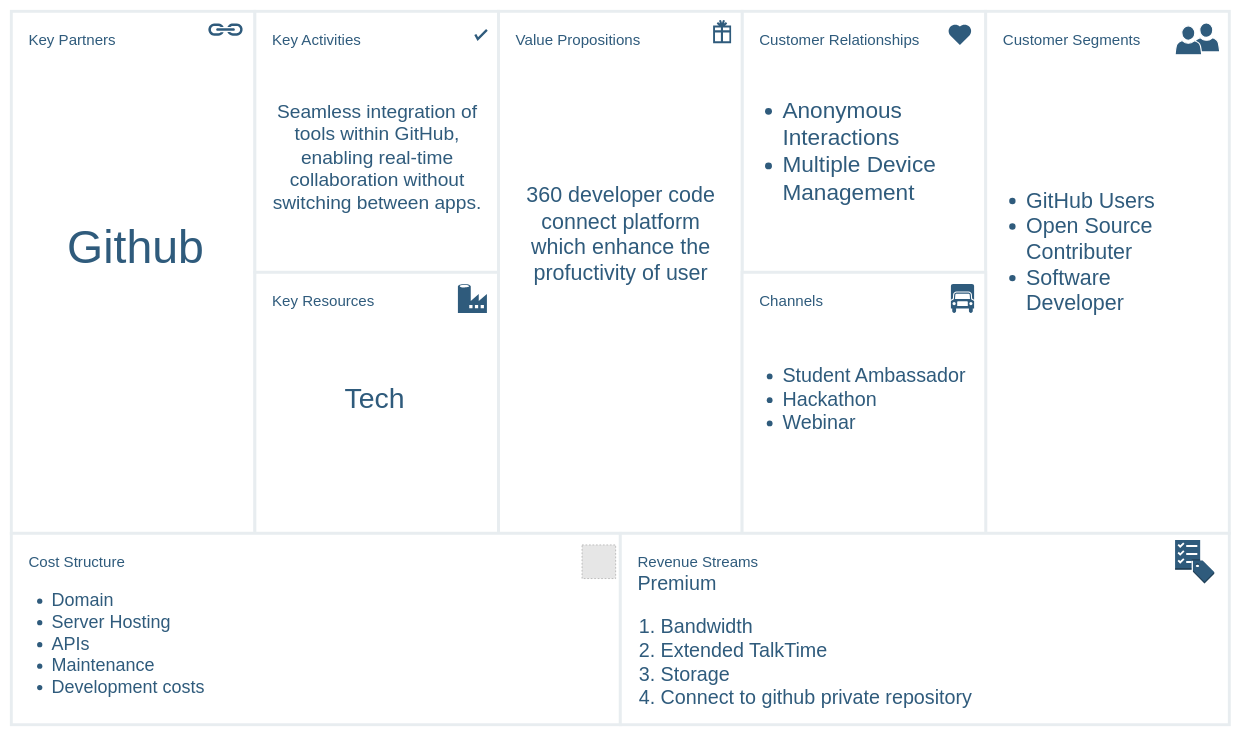
This is Untitled Diagram.drawio from Harshul1484/Startup-Sprint, a draw.io file, before an edit. Source tidied: cells renumbered, new cells numbered last; positions are measured from the earlier drawing's top-left corner, leaving out a move shared by most shapes. Both pictures are drawn from the tidied source at 58%, with x=0, y=0 at pixel (11, 11). Pictures stored in the file or linked from it are replaced by grey dashed boxes.
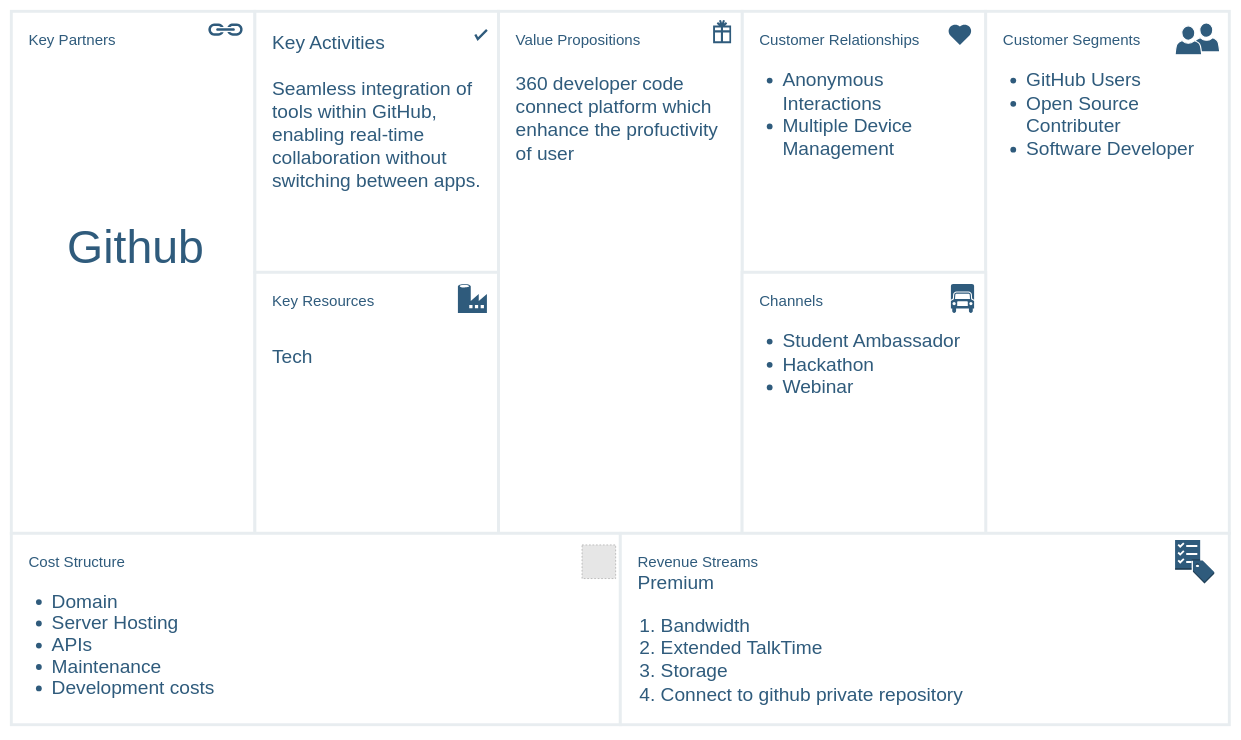
The same diagram, later.

What changed in the source:
```diff
@@
-    <mxCell id="2" value="&lt;div style=&quot;font-size: 26px&quot;&gt;&lt;font style=&quot;font-size: 26px&quot;&gt;Customer Relationships&lt;/font&gt;&lt;/div&gt;&lt;div&gt;&lt;br&gt;&lt;/div&gt;&lt;div&gt;&lt;br&gt;&lt;/div&gt;&lt;div&gt;&lt;br&gt;&lt;/div&gt;&lt;div&gt;&lt;div style=&quot;border-color: var(--border-color); font-size: 39px;&quot;&gt;&lt;ul&gt;&lt;li style=&quot;&quot;&gt;&lt;font style=&quot;border-color: var(--border-color);&quot;&gt;Anonymous&amp;nbsp; &amp;nbsp; &amp;nbsp; Interactions&lt;/font&gt;&lt;/li&gt;&lt;li style=&quot;&quot;&gt;Multiple Device Management&lt;/li&gt;&lt;/ul&gt;&lt;/div&gt;&lt;/div&gt;" style="rounded=0;whiteSpace=wrap;html=1;shadow=0;labelBackgroundColor=none;strokeColor=#e8edf0;strokeWidth=5;fillColor=#ffffff;fontSize=12;fontColor=#2F5B7C;align=left;verticalAlign=top;spacing=30;" parent="1" vertex="1">
+    <mxCell id="2" value="&lt;div style=&quot;font-size: 26px&quot;&gt;&lt;font style=&quot;font-size: 26px&quot;&gt;Customer Relationships&lt;/font&gt;&lt;/div&gt;&lt;div&gt;&lt;div style=&quot;border-color: var(--border-color); font-size: 33px;&quot;&gt;&lt;ul&gt;&lt;li style=&quot;&quot;&gt;&lt;font style=&quot;border-color: var(--border-color); font-size: 33px;&quot;&gt;Anonymous&amp;nbsp; &amp;nbsp; &amp;nbsp; Interactions&lt;/font&gt;&lt;/li&gt;&lt;li style=&quot;&quot;&gt;Multiple Device Management&lt;/li&gt;&lt;/ul&gt;&lt;/div&gt;&lt;/div&gt;" style="rounded=0;whiteSpace=wrap;html=1;shadow=0;labelBackgroundColor=none;strokeColor=#e8edf0;strokeWidth=5;fillColor=#ffffff;fontSize=12;fontColor=#2F5B7C;align=left;verticalAlign=top;spacing=30;" parent="1" vertex="1">
       <mxGeometry x="1260" width="420" height="450" as="geometry" />
     </mxCell>
@@
-    <mxCell id="4" value="&lt;font&gt;&lt;font style=&quot;font-size: 26px&quot;&gt;Key Activities&lt;/font&gt;&lt;br style=&quot;font-size: 12px&quot;&gt;&lt;/font&gt;&lt;font&gt;&lt;br&gt;&lt;br&gt;&lt;br&gt;&lt;br&gt;&lt;br&gt;&lt;br style=&quot;font-size: 12px&quot;&gt;&lt;div style=&quot;text-align: center;&quot;&gt;&lt;font style=&quot;font-size: 33px;&quot;&gt;Seamless integration of tools within GitHub, enabling real-time collaboration without switching between apps.&lt;/font&gt;&lt;br&gt;&lt;/div&gt;&lt;/font&gt;" style="rounded=0;whiteSpace=wrap;html=1;shadow=0;labelBackgroundColor=none;strokeColor=#e8edf0;strokeWidth=5;fillColor=#ffffff;fontSize=12;fontColor=#2F5B7C;align=left;verticalAlign=top;spacing=30;" parent="1" vertex="1">
+    <mxCell id="4" value="&lt;font style=&quot;font-size: 33px;&quot;&gt;&lt;font style=&quot;font-size: 33px;&quot;&gt;Key Activities&lt;br&gt;&lt;/font&gt;&lt;/font&gt;&lt;font style=&quot;font-size: 33px;&quot;&gt;&lt;span style=&quot;background-color: initial;&quot;&gt;&lt;font style=&quot;font-size: 33px;&quot;&gt;&lt;br&gt;Seamless integration of tools within GitHub, enabling real-time collaboration without switching between apps.&lt;/font&gt;&lt;/span&gt;&lt;br&gt;&lt;/font&gt;" style="rounded=0;whiteSpace=wrap;html=1;shadow=0;labelBackgroundColor=none;strokeColor=#e8edf0;strokeWidth=5;fillColor=#ffffff;fontSize=12;fontColor=#2F5B7C;align=left;verticalAlign=top;spacing=30;" parent="1" vertex="1">
       <mxGeometry x="420" width="420" height="450" as="geometry" />
     </mxCell>
-    <mxCell id="5" value="&lt;div&gt;&lt;font style=&quot;font-size: 26px&quot;&gt;Key Resources&lt;/font&gt;&lt;/div&gt;&lt;div&gt;&lt;br&gt;&lt;/div&gt;&lt;div style=&quot;text-align: center;&quot;&gt;&lt;font style=&quot;font-size: 45px;&quot;&gt;&lt;br&gt;&lt;/font&gt;&lt;/div&gt;&lt;div style=&quot;text-align: center;&quot;&gt;&lt;font style=&quot;font-size: 45px;&quot;&gt;&lt;br&gt;&lt;/font&gt;&lt;/div&gt;&lt;div style=&quot;text-align: center;&quot;&gt;&lt;font style=&quot;font-size: 45px;&quot;&gt;&lt;span style=&quot;white-space: pre;&quot;&gt;&#9;&lt;/span&gt;&amp;nbsp;&amp;nbsp;&lt;/font&gt;&lt;span style=&quot;background-color: initial;&quot;&gt;&lt;font style=&quot;font-size: 49px;&quot;&gt;Tech&lt;/font&gt;&lt;/span&gt;&lt;/div&gt;" style="rounded=0;whiteSpace=wrap;html=1;shadow=0;labelBackgroundColor=none;strokeColor=#e8edf0;strokeWidth=5;fillColor=#ffffff;fontSize=12;fontColor=#2F5B7C;align=left;verticalAlign=top;spacing=30;" parent="1" vertex="1">
+    <mxCell id="5" value="&lt;div&gt;&lt;font style=&quot;font-size: 26px&quot;&gt;Key Resources&lt;/font&gt;&lt;/div&gt;&lt;div&gt;&lt;span style=&quot;background-color: initial; font-size: 49px;&quot;&gt;&lt;br&gt;&lt;/span&gt;&lt;/div&gt;&lt;div&gt;&lt;span style=&quot;background-color: initial;&quot;&gt;&lt;font style=&quot;font-size: 33px;&quot;&gt;Tech&lt;/font&gt;&lt;/span&gt;&lt;/div&gt;" style="rounded=0;whiteSpace=wrap;html=1;shadow=0;labelBackgroundColor=none;strokeColor=#e8edf0;strokeWidth=5;fillColor=#ffffff;fontSize=12;fontColor=#2F5B7C;align=left;verticalAlign=top;spacing=30;" parent="1" vertex="1">
       <mxGeometry x="420" y="450" width="420" height="450" as="geometry" />
     </mxCell>
-    <mxCell id="6" value="&lt;div style=&quot;font-size: 26px&quot;&gt;&lt;font style=&quot;font-size: 26px&quot;&gt;Value Propositions&lt;/font&gt;&lt;/div&gt;&lt;div&gt;&lt;br&gt;&lt;/div&gt;&lt;div&gt;&lt;br&gt;&lt;/div&gt;&lt;div&gt;&lt;br&gt;&lt;/div&gt;&lt;div&gt;&lt;br&gt;&lt;/div&gt;&lt;div&gt;&lt;br&gt;&lt;/div&gt;&lt;div&gt;&lt;br&gt;&lt;/div&gt;&lt;div&gt;&lt;br&gt;&lt;/div&gt;&lt;div&gt;&lt;br&gt;&lt;/div&gt;&lt;div&gt;&lt;br&gt;&lt;/div&gt;&lt;div&gt;&lt;br&gt;&lt;/div&gt;&lt;div&gt;&lt;br&gt;&lt;/div&gt;&lt;div&gt;&lt;br&gt;&lt;/div&gt;&lt;div&gt;&lt;br&gt;&lt;/div&gt;&lt;div&gt;&lt;br&gt;&lt;/div&gt;&lt;div&gt;&lt;br&gt;&lt;/div&gt;&lt;div&gt;&lt;br&gt;&lt;/div&gt;&lt;div&gt;&lt;div style=&quot;text-align: center; border-color: var(--border-color); font-size: 37px;&quot;&gt;&lt;font style=&quot;border-color: var(--border-color);&quot;&gt;&lt;font style=&quot;border-color: var(--border-color);&quot;&gt;360 developer code connect platform which enhance the profuctivity of user&lt;/font&gt;&lt;br style=&quot;border-color: var(--border-color);&quot;&gt;&lt;/font&gt;&lt;/div&gt;&lt;div style=&quot;border-color: var(--border-color); font-size: 37px;&quot;&gt;&lt;br style=&quot;border-color: var(--border-color);&quot;&gt;&lt;/div&gt;&lt;/div&gt;" style="rounded=0;whiteSpace=wrap;html=1;shadow=0;labelBackgroundColor=none;strokeColor=#e8edf0;strokeWidth=5;fillColor=#ffffff;fontSize=12;fontColor=#2F5B7C;align=left;verticalAlign=top;spacing=30;" parent="1" vertex="1">
+    <mxCell id="6" value="&lt;div style=&quot;font-size: 26px&quot;&gt;&lt;font style=&quot;font-size: 26px&quot;&gt;Value Propositions&lt;/font&gt;&lt;/div&gt;&lt;div style=&quot;font-size: 26px&quot;&gt;&lt;span style=&quot;background-color: initial; font-size: 33px;&quot;&gt;&lt;br&gt;&lt;/span&gt;&lt;/div&gt;&lt;div style=&quot;font-size: 26px&quot;&gt;&lt;span style=&quot;background-color: initial; font-size: 33px;&quot;&gt;360 developer code connect platform which enhance the profuctivity of user&lt;/span&gt;&lt;/div&gt;&lt;div&gt;&lt;div style=&quot;border-color: var(--border-color); font-size: 37px;&quot;&gt;&lt;br style=&quot;border-color: var(--border-color);&quot;&gt;&lt;/div&gt;&lt;/div&gt;" style="rounded=0;whiteSpace=wrap;html=1;shadow=0;labelBackgroundColor=none;strokeColor=#e8edf0;strokeWidth=5;fillColor=#ffffff;fontSize=12;fontColor=#2F5B7C;align=left;verticalAlign=top;spacing=30;" parent="1" vertex="1">
       <mxGeometry x="840" width="420" height="900" as="geometry" />
     </mxCell>
-    <mxCell id="7" value="&lt;div&gt;&lt;font style=&quot;font-size: 26px&quot;&gt;Customer Segments&lt;/font&gt;&lt;/div&gt;&lt;div&gt;&lt;br&gt;&lt;/div&gt;&lt;div&gt;&lt;br&gt;&lt;/div&gt;&lt;div&gt;&lt;br&gt;&lt;/div&gt;&lt;div&gt;&lt;br&gt;&lt;/div&gt;&lt;div&gt;&lt;br&gt;&lt;/div&gt;&lt;div&gt;&lt;br&gt;&lt;/div&gt;&lt;div&gt;&lt;br&gt;&lt;/div&gt;&lt;div&gt;&lt;br&gt;&lt;/div&gt;&lt;div&gt;&lt;br&gt;&lt;/div&gt;&lt;div&gt;&lt;br&gt;&lt;/div&gt;&lt;div&gt;&lt;br&gt;&lt;/div&gt;&lt;div&gt;&lt;br&gt;&lt;/div&gt;&lt;div&gt;&lt;br&gt;&lt;/div&gt;&lt;div&gt;&lt;br&gt;&lt;/div&gt;&lt;div style=&quot;font-size: 37px;&quot;&gt;&lt;ul&gt;&lt;li&gt;GitHub Users&lt;/li&gt;&lt;li&gt;Open Source Contributer&lt;/li&gt;&lt;li&gt;Software Developer&lt;/li&gt;&lt;/ul&gt;&lt;p&gt;&lt;/p&gt;&lt;/div&gt;" style="rounded=0;whiteSpace=wrap;html=1;shadow=0;labelBackgroundColor=none;strokeColor=#e8edf0;strokeWidth=5;fillColor=#ffffff;fontSize=12;fontColor=#2F5B7C;align=left;verticalAlign=top;spacing=30;" parent="1" vertex="1">
+    <mxCell id="7" value="&lt;div&gt;&lt;font style=&quot;font-size: 26px&quot;&gt;Customer Segments&lt;/font&gt;&lt;/div&gt;&lt;div style=&quot;font-size: 33px;&quot;&gt;&lt;ul&gt;&lt;li&gt;GitHub Users&lt;/li&gt;&lt;li&gt;Open Source Contributer&lt;/li&gt;&lt;li&gt;Software Developer&lt;/li&gt;&lt;/ul&gt;&lt;p&gt;&lt;/p&gt;&lt;/div&gt;" style="rounded=0;whiteSpace=wrap;html=1;shadow=0;labelBackgroundColor=none;strokeColor=#e8edf0;strokeWidth=5;fillColor=#ffffff;fontSize=12;fontColor=#2F5B7C;align=left;verticalAlign=top;spacing=30;" parent="1" vertex="1">
       <mxGeometry x="1680" width="420" height="900" as="geometry" />
     </mxCell>
-    <mxCell id="8" value="&lt;div&gt;&lt;font style=&quot;font-size: 26px&quot;&gt;Channels&lt;/font&gt;&lt;/div&gt;&lt;div&gt;&lt;br&gt;&lt;/div&gt;&lt;div&gt;&lt;br&gt;&lt;/div&gt;&lt;div&gt;&lt;br&gt;&lt;/div&gt;&lt;div&gt;&lt;br&gt;&lt;/div&gt;&lt;div&gt;&lt;ul style=&quot;border-color: var(--border-color); font-size: 34px;&quot;&gt;&lt;li style=&quot;border-color: var(--border-color);&quot;&gt;Student Ambassador&lt;/li&gt;&lt;li style=&quot;border-color: var(--border-color);&quot;&gt;Hackathon&lt;br style=&quot;border-color: var(--border-color);&quot;&gt;&lt;/li&gt;&lt;li style=&quot;border-color: var(--border-color);&quot;&gt;Webinar&lt;/li&gt;&lt;/ul&gt;&lt;/div&gt;" style="rounded=0;whiteSpace=wrap;html=1;shadow=0;labelBackgroundColor=none;strokeColor=#e8edf0;strokeWidth=5;fillColor=#ffffff;fontSize=12;fontColor=#2F5B7C;align=left;verticalAlign=top;spacing=30;" parent="1" vertex="1">
+    <mxCell id="8" value="&lt;div&gt;&lt;font style=&quot;font-size: 26px&quot;&gt;Channels&lt;/font&gt;&lt;/div&gt;&lt;div style=&quot;font-size: 33px;&quot;&gt;&lt;ul style=&quot;border-color: var(--border-color);&quot;&gt;&lt;li style=&quot;border-color: var(--border-color);&quot;&gt;Student Ambassador&lt;/li&gt;&lt;li style=&quot;border-color: var(--border-color);&quot;&gt;Hackathon&lt;br style=&quot;border-color: var(--border-color);&quot;&gt;&lt;/li&gt;&lt;li style=&quot;border-color: var(--border-color);&quot;&gt;Webinar&lt;/li&gt;&lt;/ul&gt;&lt;/div&gt;" style="rounded=0;whiteSpace=wrap;html=1;shadow=0;labelBackgroundColor=none;strokeColor=#e8edf0;strokeWidth=5;fillColor=#ffffff;fontSize=12;fontColor=#2F5B7C;align=left;verticalAlign=top;spacing=30;" parent="1" vertex="1">
       <mxGeometry x="1260" y="450" width="420" height="450" as="geometry" />
     </mxCell>
-    <mxCell id="9" value="&lt;div style=&quot;font-size: 26px&quot;&gt;&lt;font style=&quot;font-size: 26px&quot;&gt;Cost Structure&lt;/font&gt;&lt;/div&gt;&lt;div&gt;&lt;ul style=&quot;border-color: var(--border-color); font-size: 31px; text-align: justify; line-height: 37.2px;&quot;&gt;&lt;li style=&quot;border-color: var(--border-color);&quot;&gt;Domain&lt;/li&gt;&lt;li style=&quot;border-color: var(--border-color);&quot;&gt;Server Hosting&lt;/li&gt;&lt;li style=&quot;border-color: var(--border-color);&quot;&gt;APIs&lt;/li&gt;&lt;li style=&quot;border-color: var(--border-color);&quot;&gt;&lt;span style=&quot;border-color: var(--border-color); background-color: initial;&quot;&gt;Maintenance&lt;/span&gt;&lt;span style=&quot;border-color: var(--border-color); background-color: initial; letter-spacing: -0.36px; text-indent: -0.16in; color: rgb(25, 25, 25); font-family: &amp;quot;TT Norms Bold&amp;quot;;&quot;&gt;&amp;nbsp;&lt;/span&gt;&lt;/li&gt;&lt;li style=&quot;border-color: var(--border-color);&quot;&gt;&lt;span style=&quot;border-color: var(--border-color); background-color: initial;&quot;&gt;Development costs&lt;/span&gt;&lt;/li&gt;&lt;/ul&gt;&lt;/div&gt;" style="rounded=0;whiteSpace=wrap;html=1;shadow=0;labelBackgroundColor=none;strokeColor=#e8edf0;strokeWidth=5;fillColor=#ffffff;fontSize=12;fontColor=#2F5B7C;align=left;verticalAlign=top;spacing=30;" parent="1" vertex="1">
+    <mxCell id="9" value="&lt;div style=&quot;font-size: 26px&quot;&gt;&lt;font style=&quot;font-size: 26px&quot;&gt;Cost Structure&lt;/font&gt;&lt;/div&gt;&lt;div style=&quot;font-size: 33px;&quot;&gt;&lt;ul style=&quot;border-color: var(--border-color); text-align: justify; line-height: 37.2px;&quot;&gt;&lt;li style=&quot;border-color: var(--border-color);&quot;&gt;Domain&lt;/li&gt;&lt;li style=&quot;border-color: var(--border-color);&quot;&gt;Server Hosting&lt;/li&gt;&lt;li style=&quot;border-color: var(--border-color);&quot;&gt;APIs&lt;/li&gt;&lt;li style=&quot;border-color: var(--border-color);&quot;&gt;&lt;span style=&quot;border-color: var(--border-color); background-color: initial;&quot;&gt;Maintenance&lt;/span&gt;&lt;span style=&quot;border-color: var(--border-color); background-color: initial; letter-spacing: -0.36px; text-indent: -0.16in; color: rgb(25, 25, 25); font-family: &amp;quot;TT Norms Bold&amp;quot;;&quot;&gt;&amp;nbsp;&lt;/span&gt;&lt;/li&gt;&lt;li style=&quot;border-color: var(--border-color);&quot;&gt;&lt;span style=&quot;border-color: var(--border-color); background-color: initial;&quot;&gt;Development costs&lt;/span&gt;&lt;/li&gt;&lt;/ul&gt;&lt;/div&gt;" style="rounded=0;whiteSpace=wrap;html=1;shadow=0;labelBackgroundColor=none;strokeColor=#e8edf0;strokeWidth=5;fillColor=#ffffff;fontSize=12;fontColor=#2F5B7C;align=left;verticalAlign=top;spacing=30;" parent="1" vertex="1">
       <mxGeometry y="900" width="1050" height="330" as="geometry" />
     </mxCell>
-    <mxCell id="10" value="&lt;div style=&quot;font-size: 26px&quot;&gt;&lt;font style=&quot;font-size: 26px&quot;&gt;Revenue Streams&lt;/font&gt;&lt;/div&gt;&lt;div style=&quot;font-size: 34px;&quot;&gt;&lt;span style=&quot;background-color: initial;&quot;&gt;&lt;font style=&quot;font-size: 34px;&quot;&gt;Premium&lt;/font&gt;&lt;/span&gt;&lt;/div&gt;&lt;div style=&quot;font-size: 34px;&quot;&gt;&lt;p style=&quot;border-color: var(--border-color);&quot;&gt;&lt;/p&gt;&lt;ol style=&quot;border-color: var(--border-color);&quot;&gt;&lt;li style=&quot;border-color: var(--border-color);&quot;&gt;&lt;font style=&quot;font-size: 34px;&quot;&gt;Bandwidth&lt;br style=&quot;border-color: var(--border-color);&quot;&gt;&lt;/font&gt;&lt;/li&gt;&lt;li style=&quot;border-color: var(--border-color);&quot;&gt;&lt;font style=&quot;font-size: 34px;&quot;&gt;Extended TalkTime&lt;br style=&quot;border-color: var(--border-color);&quot;&gt;&lt;/font&gt;&lt;/li&gt;&lt;li style=&quot;border-color: var(--border-color);&quot;&gt;&lt;font style=&quot;font-size: 34px;&quot;&gt;Storage&lt;/font&gt;&lt;/li&gt;&lt;li style=&quot;border-color: var(--border-color);&quot;&gt;&lt;font style=&quot;font-size: 34px;&quot;&gt;Connect to github private repository&lt;/font&gt;&lt;/li&gt;&lt;/ol&gt;&lt;/div&gt;" style="rounded=0;whiteSpace=wrap;html=1;shadow=0;labelBackgroundColor=none;strokeColor=#e8edf0;strokeWidth=5;fillColor=#ffffff;fontSize=12;fontColor=#2F5B7C;align=left;verticalAlign=top;spacing=30;" parent="1" vertex="1">
+    <mxCell id="10" value="&lt;div style=&quot;font-size: 26px&quot;&gt;&lt;font style=&quot;font-size: 26px&quot;&gt;Revenue Streams&lt;/font&gt;&lt;/div&gt;&lt;div style=&quot;font-size: 33px;&quot;&gt;&lt;span style=&quot;background-color: initial;&quot;&gt;&lt;font style=&quot;font-size: 33px;&quot;&gt;Premium&lt;/font&gt;&lt;/span&gt;&lt;/div&gt;&lt;div style=&quot;font-size: 33px;&quot;&gt;&lt;p style=&quot;border-color: var(--border-color);&quot;&gt;&lt;/p&gt;&lt;ol style=&quot;border-color: var(--border-color);&quot;&gt;&lt;li style=&quot;border-color: var(--border-color);&quot;&gt;&lt;font style=&quot;font-size: 33px;&quot;&gt;Bandwidth&lt;br style=&quot;border-color: var(--border-color);&quot;&gt;&lt;/font&gt;&lt;/li&gt;&lt;li style=&quot;border-color: var(--border-color);&quot;&gt;&lt;font style=&quot;font-size: 33px;&quot;&gt;Extended TalkTime&lt;br style=&quot;border-color: var(--border-color);&quot;&gt;&lt;/font&gt;&lt;/li&gt;&lt;li style=&quot;border-color: var(--border-color);&quot;&gt;&lt;font style=&quot;font-size: 33px;&quot;&gt;Storage&lt;/font&gt;&lt;/li&gt;&lt;li style=&quot;border-color: var(--border-color);&quot;&gt;&lt;font style=&quot;font-size: 33px;&quot;&gt;Connect to github private repository&lt;/font&gt;&lt;/li&gt;&lt;/ol&gt;&lt;/div&gt;" style="rounded=0;whiteSpace=wrap;html=1;shadow=0;labelBackgroundColor=none;strokeColor=#e8edf0;strokeWidth=5;fillColor=#ffffff;fontSize=12;fontColor=#2F5B7C;align=left;verticalAlign=top;spacing=30;" parent="1" vertex="1">
       <mxGeometry x="1050" y="900" width="1050" height="330" as="geometry" />
     </mxCell>
```
